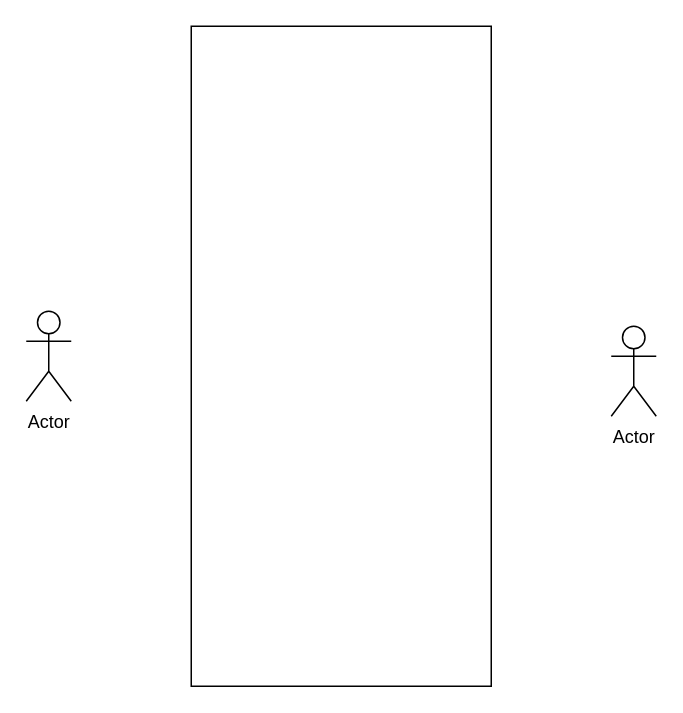
Earlier version of the draw.io diagram Project - Agile Software Engineering Diagram 3.drawio (Matasem-h/SimpleFlowcharts). Source tidied: cells renumbered, new cells numbered last; positions are measured from the earlier drawing's top-left corner, leaving out a move shared by most shapes. Both pictures are drawn from the tidied source at 150%, with x=0, y=0 at pixel (26, 26).
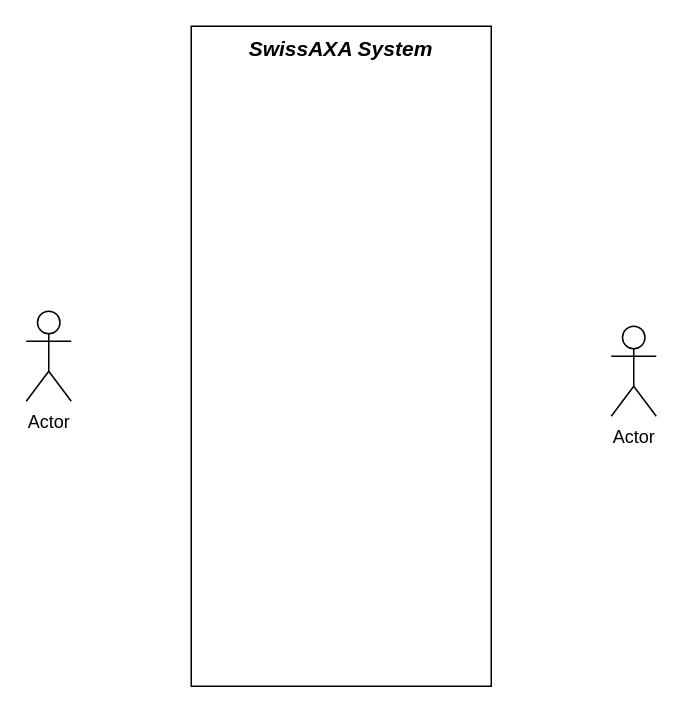
After the change.

Diff of the diagram source:
```diff
@@
 <mxGraphModel>
   <root>
     <mxCell id="0" />
     <mxCell id="1" parent="0" />
-    <mxCell id="2" style="rounded=0;whiteSpace=wrap;html=1;" parent="1" vertex="1">
+    <mxCell id="2" value="&lt;span&gt;&lt;b&gt;SwissAXA System&lt;/b&gt;&lt;/span&gt;" style="rounded=0;whiteSpace=wrap;html=1;verticalAlign=top;fontSize=14;fontStyle=2;" parent="1" vertex="1">
       <mxGeometry x="110" width="200" height="440" as="geometry" />
     </mxCell>
     <mxCell id="3" value="Actor" style="shape=umlActor;verticalLabelPosition=bottom;verticalAlign=top;html=1;" parent="1" vertex="1">
       <mxGeometry y="190" width="30" height="60" as="geometry" />
     </mxCell>
     <mxCell id="4" value="Actor" style="shape=umlActor;verticalLabelPosition=bottom;verticalAlign=top;html=1;" parent="1" vertex="1">
       <mxGeometry x="390" y="200" width="30" height="60" as="geometry" />
     </mxCell>
   </root>
 </mxGraphModel>
```
